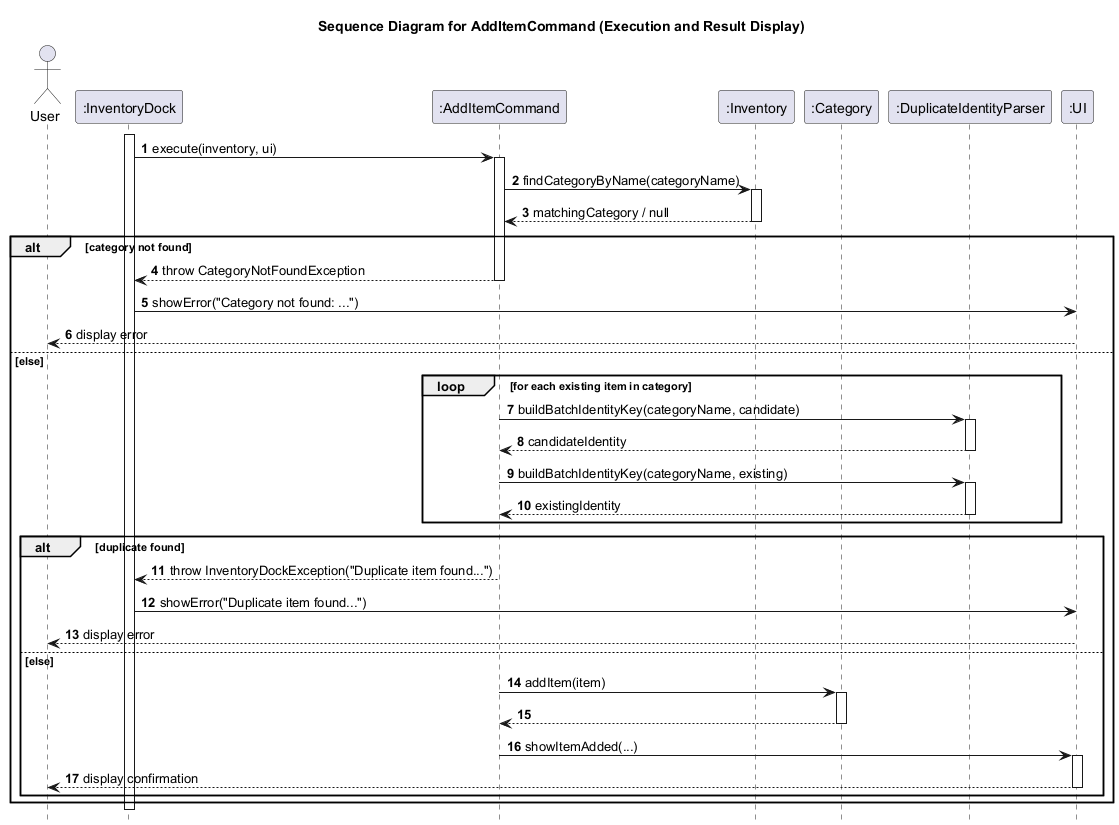
w-chuhao/tp keeps this PlantUML diagram as docs/diagrams/sequence/AddItemCommandExecutionDisplayFlow.png. Above is the earlier version. Source of this version:
```plantuml
@startuml
title Sequence Diagram for AddItemCommand (Execution and Result Display)

autonumber
hide footbox

actor User
participant ":InventoryDock" as InventoryDock
participant ":AddItemCommand" as AddItemCommand
participant ":Inventory" as Inventory
participant ":Category" as Category
participant ":DuplicateIdentityParser" as DuplicateIdentityParser
participant ":UI" as UI

activate InventoryDock
InventoryDock -> AddItemCommand: execute(inventory, ui)
activate AddItemCommand
AddItemCommand -> Inventory: findCategoryByName(categoryName)
activate Inventory
Inventory --> AddItemCommand: matchingCategory / null
deactivate Inventory

alt category not found
    AddItemCommand --> InventoryDock: throw CategoryNotFoundException
    deactivate AddItemCommand
    InventoryDock -> UI: showError("Category not found: ...")
    UI --> User: display error
else else
    loop for each existing item in category
        AddItemCommand -> DuplicateIdentityParser: buildBatchIdentityKey(categoryName, candidate)
        activate DuplicateIdentityParser
        DuplicateIdentityParser --> AddItemCommand: candidateIdentity
        deactivate DuplicateIdentityParser

        AddItemCommand -> DuplicateIdentityParser: buildBatchIdentityKey(categoryName, existing)
        activate DuplicateIdentityParser
        DuplicateIdentityParser --> AddItemCommand: existingIdentity
        deactivate DuplicateIdentityParser
    end

    alt duplicate found
        AddItemCommand --> InventoryDock: throw InventoryDockException("Duplicate item found...")
        deactivate AddItemCommand
        InventoryDock -> UI: showError("Duplicate item found...")
        UI --> User: display error
    else else
        AddItemCommand -> Category: addItem(item)
        activate Category
        Category --> AddItemCommand
        deactivate Category

        AddItemCommand -> UI: showItemAdded(...)
        activate UI
        UI --> User: display confirmation
        deactivate UI
        deactivate AddItemCommand
    end
end

deactivate InventoryDock
@enduml
```
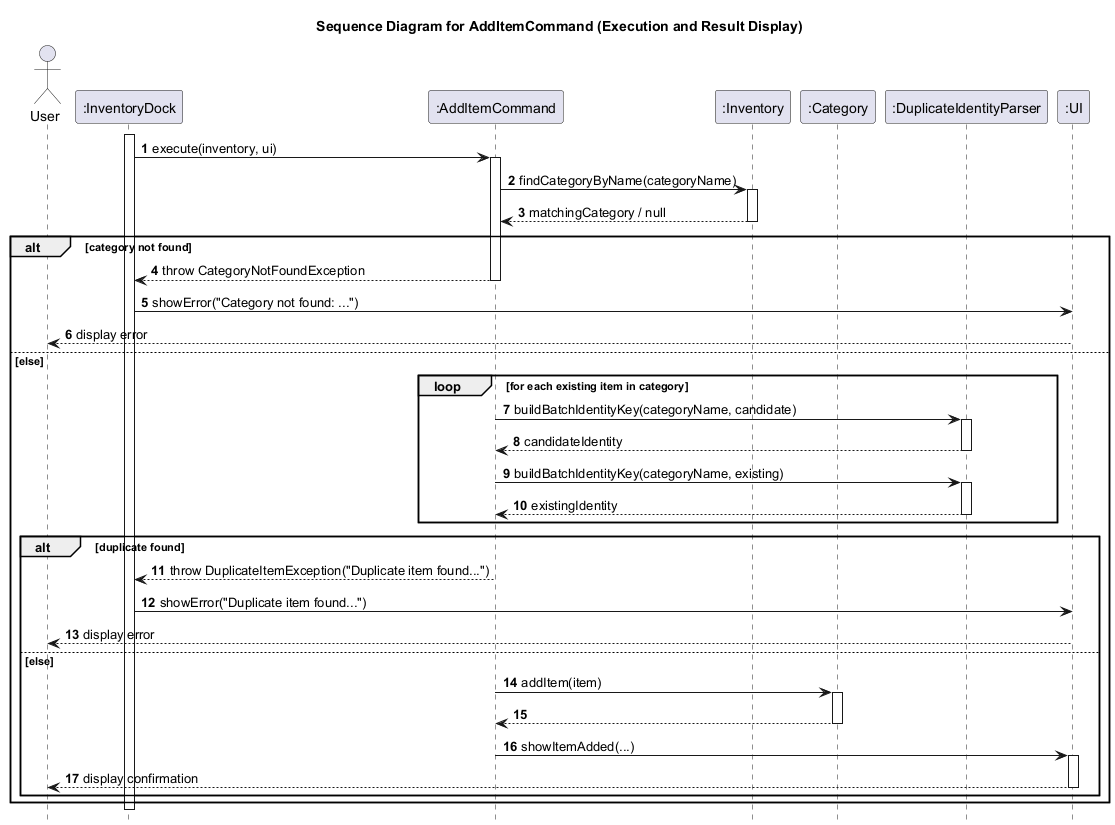
The same diagram one commit later.

The edit, as a diff of the source:
```diff
@@ -39,7 +39,7 @@
     end
 
     alt duplicate found
-        AddItemCommand --> InventoryDock: throw InventoryDockException("Duplicate item found...")
+        AddItemCommand --> InventoryDock: throw DuplicateItemException("Duplicate item found...")
         deactivate AddItemCommand
         InventoryDock -> UI: showError("Duplicate item found...")
         UI --> User: display error
```
